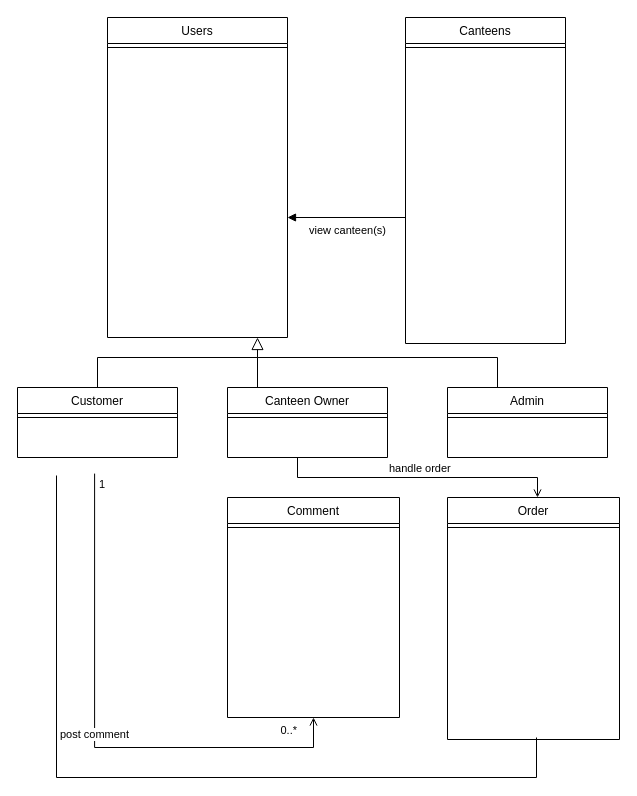
Above: Admin_ClassDiagram.drawio in pond-nj/UML-csci3100 (draw.io), before the change. Source tidied: cells renumbered, new cells numbered last; positions are measured from the earlier drawing's top-left corner, leaving out a move shared by most shapes. Both pictures are drawn from the tidied source at 100%, with x=0, y=0 at pixel (17, 17).
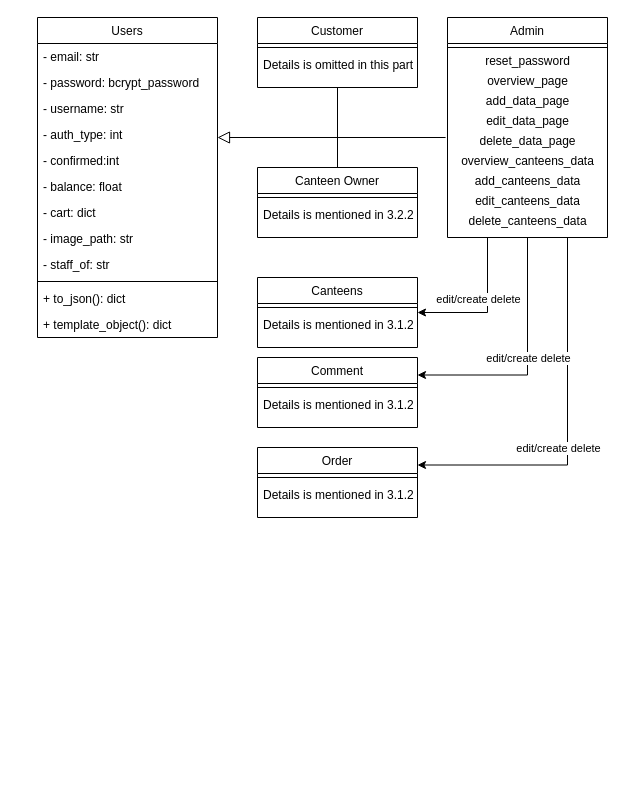
The same page after the edit.

Change to the diagram source:
```diff
@@
-    <mxCell id="2" value="Users" style="swimlane;fontStyle=0;align=center;verticalAlign=top;horizontal=1;startSize=26;rounded=0;shadow=0;strokeWidth=1;" parent="1" vertex="1">
-      <mxGeometry x="90" width="180" height="320" as="geometry" />
-    </mxCell>
-    <mxCell id="3" style="line;html=1;strokeWidth=1;align=left;verticalAlign=middle;spacingTop=-1;spacingLeft=3;spacingRight=3;labelPosition=right;" parent="2" vertex="1">
-      <mxGeometry y="26" width="180" height="8" as="geometry" />
-    </mxCell>
     <mxCell id="4" value="Customer" style="swimlane;fontStyle=0;align=center;verticalAlign=top;horizontal=1;startSize=26;rounded=0;shadow=0;strokeWidth=1;" parent="1" vertex="1">
-      <mxGeometry y="370" width="160" height="70" as="geometry" />
+      <mxGeometry x="240" width="160" height="70" as="geometry" />
     </mxCell>
@@
+    <mxCell id="27" value="Details is omitted in this part" style="text;align=left;verticalAlign=top;spacingLeft=4;spacingRight=4;overflow=hidden;fontStyle=0;" parent="4" vertex="1">
+      <mxGeometry y="34" width="160" height="26" as="geometry" />
+    </mxCell>
-    <mxCell id="6" style="endArrow=block;endSize=10;endFill=0;shadow=0;strokeWidth=1;rounded=0;edgeStyle=elbowEdgeStyle;elbow=vertical;" parent="1" edge="1" source="4" target="2">
+    <mxCell id="6" style="endArrow=block;endSize=10;endFill=0;shadow=0;strokeWidth=1;rounded=0;edgeStyle=elbowEdgeStyle;elbow=vertical;" parent="1" edge="1" source="4">
       <mxGeometry relative="1" as="geometry">
+        <mxPoint x="200" y="120" as="targetPoint" />
         <Array as="points">
+          <mxPoint x="170" y="120" />
+          <mxPoint x="120" y="120" />
+          <mxPoint x="180" y="110" />
+          <mxPoint x="280" y="100" />
+          <mxPoint x="270" y="100" />
+          <mxPoint x="330" y="120" />
+          <mxPoint x="170" y="120" />
+          <mxPoint x="190" y="70" />
+          <mxPoint x="210" y="140" />
+          <mxPoint x="320" y="30" />
+          <mxPoint x="270" y="340" />
+          <mxPoint x="260" y="340" />
           <mxPoint x="240" y="340" />
         </Array>
       </mxGeometry>
     </mxCell>
+    <mxCell id="28" style="edgeStyle=orthogonalEdgeStyle;rounded=0;jettySize=auto;html=1;exitX=0.5;exitY=0;exitDx=0;exitDy=0;endArrow=none;endFill=0;" parent="1" edge="1" source="7">
+      <mxGeometry relative="1" as="geometry">
+        <mxPoint x="320" y="100" as="targetPoint" />
+      </mxGeometry>
+    </mxCell>
     <mxCell id="7" value="Canteen Owner" style="swimlane;fontStyle=0;align=center;verticalAlign=top;horizontal=1;startSize=26;rounded=0;shadow=0;strokeWidth=1;" parent="1" vertex="1">
-      <mxGeometry x="210" y="370" width="160" height="70" as="geometry" />
+      <mxGeometry x="240" y="150" width="160" height="70" as="geometry" />
     </mxCell>
@@
+    <mxCell id="29" value="Details is mentioned in 3.2.2" style="text;align=left;verticalAlign=top;spacingLeft=4;spacingRight=4;overflow=hidden;fontStyle=0;" parent="7" vertex="1">
+      <mxGeometry y="34" width="160" height="26" as="geometry" />
+    </mxCell>
     <mxCell id="9" value="Canteens" style="swimlane;fontStyle=0;align=center;verticalAlign=top;horizontal=1;startSize=26;rounded=0;shadow=0;strokeWidth=1;" parent="1" vertex="1">
-      <mxGeometry x="388" width="160" height="326" as="geometry" />
+      <mxGeometry x="240" y="260" width="160" height="70" as="geometry" />
     </mxCell>
@@
+    <mxCell id="30" value="Details is mentioned in 3.1.2" style="text;align=left;verticalAlign=top;spacingLeft=4;spacingRight=4;overflow=hidden;fontStyle=0;" parent="9" vertex="1">
+      <mxGeometry y="34" width="160" height="26" as="geometry" />
+    </mxCell>
+    <mxCell id="31" style="edgeStyle=orthogonalEdgeStyle;rounded=0;jettySize=auto;html=1;exitX=-0.012;exitY=0.3;exitDx=0;exitDy=0;endArrow=none;endFill=0;exitPerimeter=0;" parent="1" edge="1" source="40">
+      <mxGeometry relative="1" as="geometry">
+        <mxPoint x="320" y="120" as="targetPoint" />
+      </mxGeometry>
+    </mxCell>
+    <mxCell id="32" style="edgeStyle=orthogonalEdgeStyle;rounded=0;jettySize=auto;html=1;exitX=0.25;exitY=1;exitDx=0;exitDy=0;entryX=1;entryY=0.5;entryDx=0;entryDy=0;endArrow=classic;endFill=1;" parent="1" edge="1" source="11" target="9">
+      <mxGeometry relative="1" as="geometry" />
+    </mxCell>
+    <mxCell id="33" value="edit/create delete" style="edgeLabel;html=1;align=center;verticalAlign=middle;" parent="32" vertex="1">
+      <mxGeometry x="0.39" y="1" relative="1" as="geometry">
+        <mxPoint x="16" y="-15" as="offset" />
+      </mxGeometry>
+    </mxCell>
+    <mxCell id="34" style="edgeStyle=orthogonalEdgeStyle;rounded=0;jettySize=auto;html=1;exitX=0.5;exitY=1;exitDx=0;exitDy=0;entryX=1;entryY=0.25;entryDx=0;entryDy=0;endArrow=classic;endFill=1;" parent="1" edge="1" source="11" target="16">
+      <mxGeometry relative="1" as="geometry" />
+    </mxCell>
+    <mxCell id="35" style="edgeStyle=orthogonalEdgeStyle;rounded=0;jettySize=auto;html=1;exitX=0.75;exitY=1;exitDx=0;exitDy=0;entryX=1;entryY=0.25;entryDx=0;entryDy=0;endArrow=classic;endFill=1;" parent="1" edge="1" source="11" target="18">
+      <mxGeometry relative="1" as="geometry" />
+    </mxCell>
     <mxCell id="11" value="Admin" style="swimlane;fontStyle=0;align=center;verticalAlign=top;horizontal=1;startSize=26;rounded=0;shadow=0;strokeWidth=1;" parent="1" vertex="1">
-      <mxGeometry x="430" y="370" width="160" height="70" as="geometry" />
+      <mxGeometry x="430" width="160" height="220" as="geometry" />
     </mxCell>
@@
-    <mxCell id="13" style="endArrow=none;html=1;rounded=0;" parent="1" edge="1">
-      <mxGeometry relative="1" as="geometry">
-        <mxPoint x="240" y="340" as="sourcePoint" />
-        <mxPoint x="480" y="340" as="targetPoint" />
-      </mxGeometry>
-    </mxCell>
-    <mxCell id="14" style="endArrow=none;html=1;rounded=0;" parent="1" edge="1">
-      <mxGeometry relative="1" as="geometry">
-        <mxPoint x="240" y="340" as="sourcePoint" />
-        <mxPoint x="240" y="370" as="targetPoint" />
-      </mxGeometry>
-    </mxCell>
-    <mxCell id="15" style="endArrow=none;html=1;rounded=0;" parent="1" edge="1">
-      <mxGeometry relative="1" as="geometry">
-        <mxPoint x="480" y="340" as="sourcePoint" />
-        <mxPoint x="480" y="370" as="targetPoint" />
-      </mxGeometry>
-    </mxCell>
+    <mxCell id="36" value="reset_password" style="text;html=1;align=center;verticalAlign=middle;strokeColor=none;fillColor=none;" parent="11" vertex="1">
+      <mxGeometry y="34" width="160" height="20" as="geometry" />
+    </mxCell>
+    <mxCell id="37" value="overview_page" style="text;html=1;align=center;verticalAlign=middle;strokeColor=none;fillColor=none;" parent="11" vertex="1">
+      <mxGeometry y="54" width="160" height="20" as="geometry" />
+    </mxCell>
+    <mxCell id="38" value="add_data_page" style="text;html=1;align=center;verticalAlign=middle;strokeColor=none;fillColor=none;" parent="11" vertex="1">
+      <mxGeometry y="74" width="160" height="20" as="geometry" />
+    </mxCell>
+    <mxCell id="39" value="edit_data_page" style="text;html=1;align=center;verticalAlign=middle;strokeColor=none;fillColor=none;" parent="11" vertex="1">
+      <mxGeometry y="94" width="160" height="20" as="geometry" />
+    </mxCell>
+    <mxCell id="40" value="delete_data_page" style="text;html=1;align=center;verticalAlign=middle;points=[];strokeColor=none;fillColor=none;" parent="11" vertex="1">
+      <mxGeometry y="114" width="160" height="20" as="geometry" />
+    </mxCell>
+    <mxCell id="41" value="overview_canteens_data" style="text;html=1;align=center;verticalAlign=middle;strokeColor=none;fillColor=none;" parent="11" vertex="1">
+      <mxGeometry y="134" width="160" height="20" as="geometry" />
+    </mxCell>
+    <mxCell id="42" value="add_canteens_data" style="text;html=1;align=center;verticalAlign=middle;strokeColor=none;fillColor=none;" parent="11" vertex="1">
+      <mxGeometry y="154" width="160" height="20" as="geometry" />
+    </mxCell>
+    <mxCell id="43" value="edit_canteens_data" style="text;html=1;align=center;verticalAlign=middle;strokeColor=none;fillColor=none;" parent="11" vertex="1">
+      <mxGeometry y="174" width="160" height="20" as="geometry" />
+    </mxCell>
+    <mxCell id="44" value="delete_canteens_data" style="text;html=1;align=center;verticalAlign=middle;strokeColor=none;fillColor=none;" parent="11" vertex="1">
+      <mxGeometry y="194" width="160" height="20" as="geometry" />
+    </mxCell>
     <mxCell id="16" value="Comment" style="swimlane;fontStyle=0;align=center;verticalAlign=top;horizontal=1;startSize=26;rounded=0;shadow=0;strokeWidth=1;" parent="1" vertex="1">
-      <mxGeometry x="210" y="480" width="172" height="220" as="geometry" />
+      <mxGeometry x="240" y="340" width="160" height="70" as="geometry" />
     </mxCell>
     <mxCell id="17" style="line;html=1;strokeWidth=1;align=left;verticalAlign=middle;spacingTop=-1;spacingLeft=3;spacingRight=3;labelPosition=right;" parent="16" vertex="1">
-      <mxGeometry y="26" width="172" height="8" as="geometry" />
+      <mxGeometry y="26" width="160" height="8" as="geometry" />
     </mxCell>
+    <mxCell id="45" value="Details is mentioned in 3.1.2" style="text;align=left;verticalAlign=top;spacingLeft=4;spacingRight=4;overflow=hidden;fontStyle=0;" parent="16" vertex="1">
+      <mxGeometry y="34" width="160" height="26" as="geometry" />
+    </mxCell>
     <mxCell id="18" value="Order" style="swimlane;fontStyle=0;align=center;verticalAlign=top;horizontal=1;startSize=26;rounded=0;shadow=0;strokeWidth=1;" parent="1" vertex="1">
-      <mxGeometry x="430" y="480" width="172" height="242" as="geometry" />
+      <mxGeometry x="240" y="430" width="160" height="70" as="geometry" />
     </mxCell>
     <mxCell id="19" style="line;html=1;strokeWidth=1;align=left;verticalAlign=middle;spacingTop=-1;spacingLeft=3;spacingRight=3;labelPosition=right;" parent="18" vertex="1">
-      <mxGeometry y="26" width="172" height="8" as="geometry" />
+      <mxGeometry y="26" width="160" height="8" as="geometry" />
     </mxCell>
-    <mxCell id="20" value="post comment" style="endArrow=open;html=1;startArrow=none;startFill=0;edgeStyle=orthogonalEdgeStyle;rounded=0;exitX=0.482;exitY=1.003;exitDx=0;exitDy=0;exitPerimeter=0;entryX=0.5;entryY=1;entryDx=0;entryDy=0;" parent="1" edge="1" target="16">
-      <mxGeometry relative="1" as="geometry">
-        <mxPoint x="77.1" y="456.1" as="sourcePoint" />
-        <Array as="points">
-          <mxPoint x="77" y="730" />
-          <mxPoint x="296" y="730" />
-        </Array>
-      </mxGeometry>
-    </mxCell>
-    <mxCell id="21" value="1" style="edgeLabel;html=1;align=left;verticalAlign=top;" parent="20" vertex="1">
-      <mxGeometry x="-1" relative="1" as="geometry">
-        <mxPoint x="3" y="-2" as="offset" />
-      </mxGeometry>
-    </mxCell>
-    <mxCell id="22" value="0..*" style="edgeLabel;html=1;align=right;verticalAlign=top;" parent="20" vertex="1">
-      <mxGeometry x="1" relative="1" as="geometry">
-        <mxPoint x="-16" as="offset" />
-      </mxGeometry>
-    </mxCell>
-    <mxCell id="23" style="endArrow=none;html=1;edgeStyle=orthogonalEdgeStyle;rounded=0;exitX=0.244;exitY=1.077;exitDx=0;exitDy=0;exitPerimeter=0;" parent="1" edge="1">
-      <mxGeometry relative="1" as="geometry">
-        <mxPoint x="39" y="458" as="sourcePoint" />
-        <mxPoint x="519" y="720" as="targetPoint" />
-        <Array as="points">
-          <mxPoint x="39" y="760" />
-          <mxPoint x="519" y="760" />
-        </Array>
-      </mxGeometry>
-    </mxCell>
-    <mxCell id="24" style="endArrow=open;html=1;edgeStyle=orthogonalEdgeStyle;rounded=0;exitX=0.244;exitY=1.077;exitDx=0;exitDy=0;exitPerimeter=0;endFill=0;" parent="1" edge="1">
-      <mxGeometry relative="1" as="geometry">
-        <mxPoint x="280" y="440" as="sourcePoint" />
-        <mxPoint x="520" y="480" as="targetPoint" />
-        <Array as="points">
-          <mxPoint x="280" y="460" />
-          <mxPoint x="520" y="460" />
-          <mxPoint x="520" y="480" />
-        </Array>
-      </mxGeometry>
-    </mxCell>
-    <mxCell id="25" value="handle order" style="edgeLabel;html=1;align=left;verticalAlign=bottom;" parent="24" vertex="1">
-      <mxGeometry x="-1" relative="1" as="geometry">
-        <mxPoint x="90" y="19" as="offset" />
-      </mxGeometry>
-    </mxCell>
-    <mxCell id="26" value="view canteen(s)" style="endArrow=block;endFill=1;html=1;edgeStyle=orthogonalEdgeStyle;align=left;verticalAlign=top;rounded=0;" parent="1" edge="1">
-      <mxGeometry x="0.66" relative="1" as="geometry">
-        <mxPoint x="388" y="200" as="sourcePoint" />
-        <mxPoint x="270" y="200" as="targetPoint" />
-        <Array as="points">
-          <mxPoint x="388" y="200" />
-        </Array>
-      </mxGeometry>
-    </mxCell>
+    <mxCell id="46" value="Details is mentioned in 3.1.2" style="text;align=left;verticalAlign=top;spacingLeft=4;spacingRight=4;overflow=hidden;fontStyle=0;" parent="18" vertex="1">
+      <mxGeometry y="34" width="160" height="26" as="geometry" />
+    </mxCell>
+    <mxCell id="2" value="Users" style="swimlane;fontStyle=0;align=center;verticalAlign=top;horizontal=1;startSize=26;rounded=0;shadow=0;strokeWidth=1;" parent="1" vertex="1">
+      <mxGeometry x="20" width="180" height="320" as="geometry" />
+    </mxCell>
+    <mxCell id="47" value="- email: str" style="text;align=left;verticalAlign=top;spacingLeft=4;spacingRight=4;overflow=hidden;" parent="2" vertex="1">
+      <mxGeometry y="26" width="180" height="26" as="geometry" />
+    </mxCell>
+    <mxCell id="48" value="- password: bcrypt_password" style="text;align=left;verticalAlign=top;spacingLeft=4;spacingRight=4;overflow=hidden;rounded=0;shadow=0;html=0;" parent="2" vertex="1">
+      <mxGeometry y="52" width="180" height="26" as="geometry" />
+    </mxCell>
+    <mxCell id="49" value="- username: str" style="text;align=left;verticalAlign=top;spacingLeft=4;spacingRight=4;overflow=hidden;rounded=0;shadow=0;html=0;" parent="2" vertex="1">
+      <mxGeometry y="78" width="180" height="26" as="geometry" />
+    </mxCell>
+    <mxCell id="50" value="- auth_type: int" style="text;align=left;verticalAlign=top;spacingLeft=4;spacingRight=4;overflow=hidden;rounded=0;shadow=0;html=0;" parent="2" vertex="1">
+      <mxGeometry y="104" width="180" height="26" as="geometry" />
+    </mxCell>
+    <mxCell id="51" value="- confirmed:int" style="text;align=left;verticalAlign=top;spacingLeft=4;spacingRight=4;overflow=hidden;rounded=0;shadow=0;html=0;" parent="2" vertex="1">
+      <mxGeometry y="130" width="180" height="26" as="geometry" />
+    </mxCell>
+    <mxCell id="52" value="- balance: float" style="text;align=left;verticalAlign=top;spacingLeft=4;spacingRight=4;overflow=hidden;rounded=0;shadow=0;html=0;" parent="2" vertex="1">
+      <mxGeometry y="156" width="180" height="26" as="geometry" />
+    </mxCell>
+    <mxCell id="53" value="- cart: dict" style="text;align=left;verticalAlign=top;spacingLeft=4;spacingRight=4;overflow=hidden;rounded=0;shadow=0;html=0;" parent="2" vertex="1">
+      <mxGeometry y="182" width="180" height="26" as="geometry" />
+    </mxCell>
+    <mxCell id="54" value="- image_path: str" style="text;align=left;verticalAlign=top;spacingLeft=4;spacingRight=4;overflow=hidden;rounded=0;shadow=0;html=0;" parent="2" vertex="1">
+      <mxGeometry y="208" width="180" height="26" as="geometry" />
+    </mxCell>
+    <mxCell id="55" value="- staff_of: str" style="text;align=left;verticalAlign=top;spacingLeft=4;spacingRight=4;overflow=hidden;rounded=0;shadow=0;html=0;" parent="2" vertex="1">
+      <mxGeometry y="234" width="180" height="26" as="geometry" />
+    </mxCell>
+    <mxCell id="56" style="line;html=1;strokeWidth=1;align=left;verticalAlign=middle;spacingTop=-1;spacingLeft=3;spacingRight=3;labelPosition=right;" parent="2" vertex="1">
+      <mxGeometry y="260" width="180" height="8" as="geometry" />
+    </mxCell>
+    <mxCell id="57" value="+ to_json(): dict" style="text;align=left;verticalAlign=top;spacingLeft=4;spacingRight=4;overflow=hidden;" parent="2" vertex="1">
+      <mxGeometry y="268" width="180" height="26" as="geometry" />
+    </mxCell>
+    <mxCell id="58" value="+ template_object(): dict" style="text;align=left;verticalAlign=top;spacingLeft=4;spacingRight=4;overflow=hidden;rounded=0;shadow=0;html=0;" parent="2" vertex="1">
+      <mxGeometry y="294" width="180" height="26" as="geometry" />
+    </mxCell>
+    <mxCell id="59" value="edit/create delete" style="edgeLabel;html=1;align=center;verticalAlign=middle;" parent="1" vertex="1">
+      <mxGeometry x="510" y="340" as="geometry" />
+    </mxCell>
+    <mxCell id="60" value="edit/create delete" style="edgeLabel;html=1;align=center;verticalAlign=middle;" parent="1" vertex="1">
+      <mxGeometry x="540" y="430" as="geometry" />
+    </mxCell>
```
